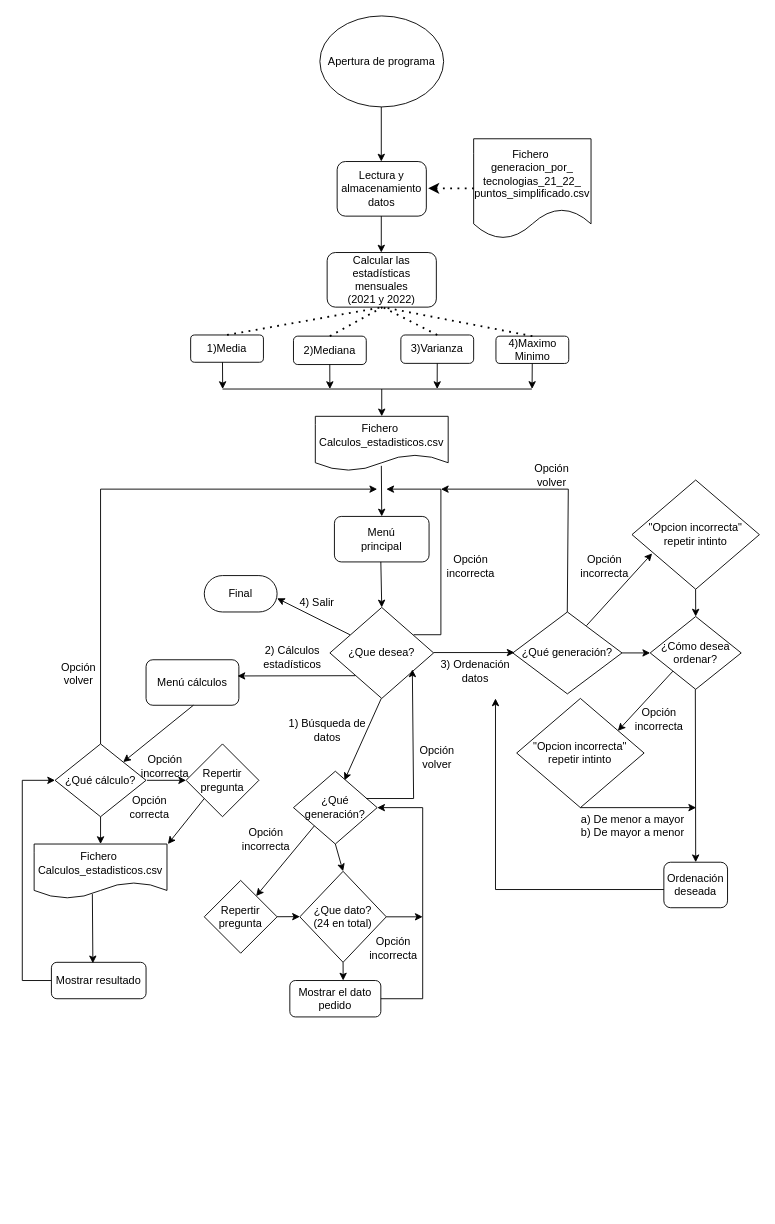
aigora/tw_E10X_2022_2023-la_resistencia keeps this draw.io diagram as Diagramas de flujo/Diagrama de flujo.drawio. Above is the earlier version. Source tidied: cells renumbered, new cells numbered last; positions are measured from the earlier drawing's top-left corner, leaving out a move shared by most shapes. Both pictures are drawn from the tidied source at 91%, with x=0, y=0 at pixel (22, 15).
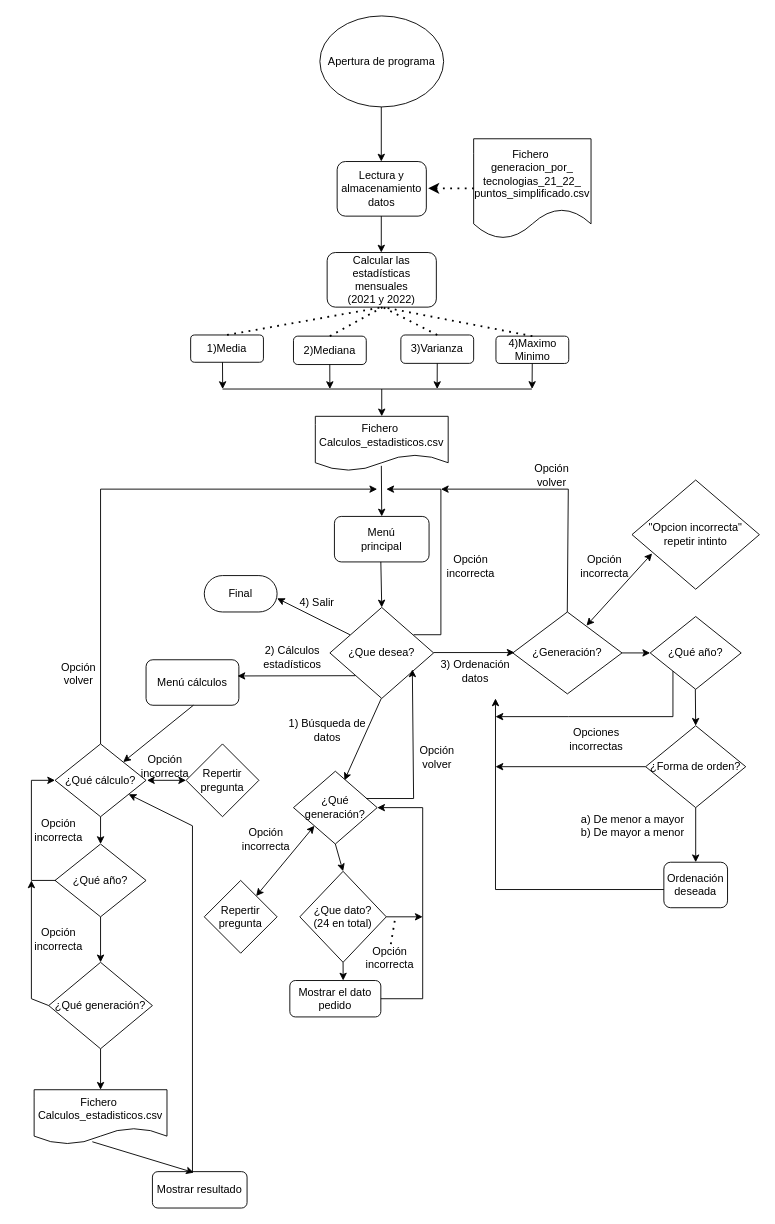
After the change.

Unchanged cells that the change refers to:
```xml
<mxCell id="13" value="Ordenación deseada" style="rounded=1;whiteSpace=wrap;html=1;" parent="1" vertex="1">
  <mxGeometry x="705" y="930" width="70" height="50" as="geometry" />
</mxCell>
<mxCell id="15" value="a) De menor a mayor&lt;br&gt;b) De mayor a menor" style="text;html=1;strokeColor=none;fillColor=none;align=center;verticalAlign=middle;whiteSpace=wrap;rounded=0;" parent="1" vertex="1">
  <mxGeometry x="600.5" y="870" width="140" height="40" as="geometry" />
</mxCell>
<mxCell id="43" value="&quot;Opcion incorrecta&quot;&lt;br&gt;repetir intinto" style="rhombus;whiteSpace=wrap;html=1;" parent="1" vertex="1">
  <mxGeometry x="670" y="510" width="140" height="120" as="geometry" />
</mxCell>
<mxCell id="54" value="¿Qué generación?" style="rhombus;whiteSpace=wrap;html=1;" parent="1" vertex="1">
  <mxGeometry x="298" y="830" width="92" height="80" as="geometry" />
</mxCell>
<mxCell id="65" value="¿Qué cálculo?" style="rhombus;whiteSpace=wrap;html=1;" parent="1" vertex="1">
  <mxGeometry x="36" y="800" width="100" height="80" as="geometry" />
</mxCell>
<mxCell id="67" value="Repertir pregunta" style="rhombus;whiteSpace=wrap;html=1;" parent="1" vertex="1">
  <mxGeometry x="180" y="800" width="80" height="80" as="geometry" />
</mxCell>
<mxCell id="85" value="Repertir pregunta" style="rhombus;whiteSpace=wrap;html=1;" parent="1" vertex="1">
  <mxGeometry x="200" y="950" width="80" height="80" as="geometry" />
</mxCell>
```

Diff of the diagram source:
```diff
@@
-    <mxCell id="12" value="¿Qué generación?" style="rhombus;whiteSpace=wrap;html=1;" parent="1" vertex="1">
+    <mxCell id="12" value="¿Generación?" style="rhombus;whiteSpace=wrap;html=1;" parent="1" vertex="1">
       <mxGeometry x="539" y="655" width="120" height="90" as="geometry" />
     </mxCell>
@@
-    <mxCell id="14" value="¿Cómo desea ordenar?" style="rhombus;whiteSpace=wrap;html=1;" parent="1" vertex="1">
+    <mxCell id="14" value="¿Qué año?" style="rhombus;whiteSpace=wrap;html=1;" parent="1" vertex="1">
       <mxGeometry x="690" y="660" width="100" height="80" as="geometry" />
     </mxCell>
@@
-    <mxCell id="39" style="endArrow=classic;html=1;rounded=0;entryX=0.5;entryY=0;entryDx=0;entryDy=0;" parent="1" edge="1" target="13">
-      <mxGeometry relative="1" as="geometry">
-        <mxPoint x="739.6" y="740" as="sourcePoint" />
-      </mxGeometry>
+    <mxCell id="39" style="endArrow=classic;html=1;rounded=0;entryX=0.5;entryY=0;entryDx=0;entryDy=0;" parent="1" edge="1" source="88" target="13">
+      <mxGeometry relative="1" as="geometry" />
     </mxCell>
@@
-    <mxCell id="45" style="endArrow=classic;html=1;rounded=0;entryX=0.158;entryY=0.672;entryDx=0;entryDy=0;entryPerimeter=0;" parent="1" edge="1" target="43">
+    <mxCell id="45" style="endArrow=classic;html=1;rounded=0;entryX=0.158;entryY=0.672;entryDx=0;entryDy=0;entryPerimeter=0;startArrow=classic;startFill=1;" parent="1" edge="1" target="43">
       <mxGeometry relative="1" as="geometry">
         <mxPoint x="620" y="670" as="sourcePoint" />
       </mxGeometry>
     </mxCell>
-    <mxCell id="46" style="endArrow=classic;html=1;rounded=0;entryX=0.5;entryY=0;entryDx=0;entryDy=0;" parent="1" edge="1" target="14">
-      <mxGeometry relative="1" as="geometry">
-        <mxPoint x="739.9" y="630" as="sourcePoint" />
-      </mxGeometry>
-    </mxCell>
-    <mxCell id="47" style="endArrow=classic;html=1;rounded=0;entryX=0.794;entryY=0.297;entryDx=0;entryDy=0;entryPerimeter=0;" parent="1" edge="1" target="48">
+    <mxCell id="47" style="endArrow=classic;html=1;rounded=0;startArrow=none;startFill=0;endFill=1;" parent="1" edge="1">
       <mxGeometry relative="1" as="geometry">
         <mxPoint x="715" y="720" as="sourcePoint" />
+        <mxPoint x="520" y="770" as="targetPoint" />
+        <Array as="points">
+          <mxPoint x="715" y="770" />
+          <mxPoint x="600" y="770" />
+        </Array>
       </mxGeometry>
     </mxCell>
-    <mxCell id="48" value="&quot;Opcion incorrecta&quot;&lt;br&gt;repetir intinto" style="rhombus;whiteSpace=wrap;html=1;" parent="1" vertex="1">
-      <mxGeometry x="543.3" y="750" width="140" height="120" as="geometry" />
-    </mxCell>
-    <mxCell id="49" style="endArrow=classic;html=1;rounded=0;entryX=1;entryY=0;entryDx=0;entryDy=0;exitX=0.5;exitY=1;exitDx=0;exitDy=0;" parent="1" edge="1" source="48" target="15">
-      <mxGeometry relative="1" as="geometry" />
-    </mxCell>
-    <mxCell id="50" value="Opción incorrecta" style="text;html=1;strokeColor=none;fillColor=none;align=center;verticalAlign=middle;whiteSpace=wrap;rounded=0;" parent="1" vertex="1">
-      <mxGeometry x="670" y="757.5" width="60" height="30" as="geometry" />
+    <mxCell id="50" value="Opciones incorrectas" style="text;html=1;strokeColor=none;fillColor=none;align=center;verticalAlign=middle;whiteSpace=wrap;rounded=0;" parent="1" vertex="1">
+      <mxGeometry x="600.5" y="780" width="60" height="30" as="geometry" />
     </mxCell>
@@
-    <mxCell id="58" style="endArrow=classic;html=1;rounded=0;entryX=0.712;entryY=0.215;entryDx=0;entryDy=0;entryPerimeter=0;exitX=0;exitY=1;exitDx=0;exitDy=0;" parent="1" edge="1" source="54" target="85">
+    <mxCell id="58" style="endArrow=classic;html=1;rounded=0;entryX=0.712;entryY=0.215;entryDx=0;entryDy=0;entryPerimeter=0;exitX=0;exitY=1;exitDx=0;exitDy=0;startArrow=classic;startFill=1;" parent="1" edge="1" source="54" target="85">
       <mxGeometry relative="1" as="geometry" />
     </mxCell>
@@
     <mxCell id="60" value="Opción incorrecta" style="text;html=1;strokeColor=none;fillColor=none;align=center;verticalAlign=middle;whiteSpace=wrap;rounded=0;" parent="1" vertex="1">
-      <mxGeometry x="378" y="1010" width="60" height="30" as="geometry" />
+      <mxGeometry x="374" y="1020" width="60" height="30" as="geometry" />
     </mxCell>
@@
-    <mxCell id="62" style="endArrow=classic;html=1;rounded=0;" parent="1" edge="1">
-      <mxGeometry relative="1" as="geometry">
-        <mxPoint x="280" y="989.9" as="sourcePoint" />
-        <mxPoint x="305.1" y="989.8" as="targetPoint" />
-      </mxGeometry>
-    </mxCell>
@@
-    <mxCell id="68" style="endArrow=classic;html=1;rounded=0;entryX=0;entryY=0.5;entryDx=0;entryDy=0;" parent="1" edge="1" target="67">
+    <mxCell id="68" style="endArrow=classic;html=1;rounded=0;entryX=0;entryY=0.5;entryDx=0;entryDy=0;startArrow=classic;startFill=1;" parent="1" edge="1" target="67">
       <mxGeometry relative="1" as="geometry">
         <mxPoint x="137" y="840" as="sourcePoint" />
       </mxGeometry>
     </mxCell>
@@
-    <mxCell id="71" value="Opción correcta" style="text;html=1;strokeColor=none;fillColor=none;align=center;verticalAlign=middle;whiteSpace=wrap;rounded=0;" parent="1" vertex="1">
-      <mxGeometry x="110" y="855" width="60" height="30" as="geometry" />
-    </mxCell>
     <mxCell id="72" value="Mostrar resultado" style="rounded=1;whiteSpace=wrap;html=1;" parent="1" vertex="1">
-      <mxGeometry x="32" y="1040" width="104" height="40" as="geometry" />
+      <mxGeometry x="143" y="1270" width="104" height="40" as="geometry" />
     </mxCell>
@@
     <mxCell id="74" value="Fichero&amp;nbsp;&lt;br&gt;Calculos_estadisticos.csv" style="shape=document;whiteSpace=wrap;html=1;boundedLbl=1;" parent="1" vertex="1">
-      <mxGeometry x="13" y="910" width="146" height="60" as="geometry" />
+      <mxGeometry x="13" y="1180" width="146" height="60" as="geometry" />
     </mxCell>
-    <mxCell id="75" style="endArrow=classic;html=1;rounded=0;entryX=0.438;entryY=0.027;entryDx=0;entryDy=0;entryPerimeter=0;" parent="1" edge="1" target="72">
-      <mxGeometry relative="1" as="geometry">
-        <mxPoint x="77" y="965" as="sourcePoint" />
-      </mxGeometry>
+    <mxCell id="75" style="endArrow=classic;html=1;rounded=0;entryX=0.438;entryY=0.027;entryDx=0;entryDy=0;entryPerimeter=0;exitX=0.438;exitY=0.953;exitDx=0;exitDy=0;exitPerimeter=0;" parent="1" edge="1" source="74" target="72">
+      <mxGeometry relative="1" as="geometry" />
     </mxCell>
-    <mxCell id="76" style="endArrow=classic;html=1;rounded=0;" parent="1" edge="1">
-      <mxGeometry relative="1" as="geometry">
-        <mxPoint x="200" y="860" as="sourcePoint" />
-        <mxPoint x="160" y="910" as="targetPoint" />
-      </mxGeometry>
-    </mxCell>
@@
-    <mxCell id="82" style="endArrow=classic;html=1;rounded=0;entryX=0;entryY=0.5;entryDx=0;entryDy=0;" parent="1" edge="1" target="65">
-      <mxGeometry relative="1" as="geometry">
-        <mxPoint x="32" y="1060" as="sourcePoint" />
-        <Array as="points">
-          <mxPoint y="1060" />
-          <mxPoint y="840" />
-        </Array>
-      </mxGeometry>
-    </mxCell>
@@
+    <mxCell id="86" style="endArrow=none;dashed=1;html=1;dashPattern=1 3;strokeWidth=2;rounded=0;" parent="1" edge="1">
+      <mxGeometry relative="1" as="geometry">
+        <mxPoint x="405" y="1020" as="sourcePoint" />
+        <mxPoint x="410" y="990" as="targetPoint" />
+      </mxGeometry>
+    </mxCell>
+    <mxCell id="87" style="endArrow=classic;html=1;rounded=0;entryX=0.5;entryY=0;entryDx=0;entryDy=0;" parent="1" edge="1" target="88">
+      <mxGeometry relative="1" as="geometry">
+        <mxPoint x="739.6" y="740" as="sourcePoint" />
+      </mxGeometry>
+    </mxCell>
+    <mxCell id="88" value="¿Forma de orden?" style="rhombus;whiteSpace=wrap;html=1;" parent="1" vertex="1">
+      <mxGeometry x="685" y="780" width="110" height="90" as="geometry" />
+    </mxCell>
+    <mxCell id="89" style="endArrow=classic;html=1;rounded=0;" parent="1" edge="1">
+      <mxGeometry relative="1" as="geometry">
+        <mxPoint x="685" y="825" as="sourcePoint" />
+        <mxPoint x="520" y="825" as="targetPoint" />
+        <Array as="points">
+          <mxPoint x="520" y="825" />
+        </Array>
+      </mxGeometry>
+    </mxCell>
+    <mxCell id="90" value="¿Qué año?" style="rhombus;whiteSpace=wrap;html=1;" parent="1" vertex="1">
+      <mxGeometry x="36" y="910" width="100" height="80" as="geometry" />
+    </mxCell>
+    <mxCell id="91" value="¿Qué generación?" style="rhombus;whiteSpace=wrap;html=1;" parent="1" vertex="1">
+      <mxGeometry x="29" y="1040" width="114" height="95" as="geometry" />
+    </mxCell>
+    <mxCell id="92" style="endArrow=classic;html=1;rounded=0;entryX=0.5;entryY=0;entryDx=0;entryDy=0;" parent="1" edge="1" target="91">
+      <mxGeometry relative="1" as="geometry">
+        <mxPoint x="86" y="990" as="sourcePoint" />
+      </mxGeometry>
+    </mxCell>
+    <mxCell id="93" style="endArrow=classic;html=1;rounded=0;entryX=0;entryY=0.5;entryDx=0;entryDy=0;" parent="1" edge="1" target="65">
+      <mxGeometry relative="1" as="geometry">
+        <mxPoint x="37" y="950" as="sourcePoint" />
+        <Array as="points">
+          <mxPoint x="10" y="950" />
+          <mxPoint x="10" y="840" />
+        </Array>
+      </mxGeometry>
+    </mxCell>
+    <mxCell id="94" style="endArrow=classic;html=1;rounded=0;exitX=0;exitY=0.5;exitDx=0;exitDy=0;" parent="1" edge="1" source="91">
+      <mxGeometry relative="1" as="geometry">
+        <mxPoint x="10" y="950" as="targetPoint" />
+        <Array as="points">
+          <mxPoint x="10" y="1080" />
+        </Array>
+      </mxGeometry>
+    </mxCell>
+    <mxCell id="95" value="Opción incorrecta" style="text;html=1;strokeColor=none;fillColor=none;align=center;verticalAlign=middle;whiteSpace=wrap;rounded=0;" parent="1" vertex="1">
+      <mxGeometry x="10" y="1000" width="60" height="30" as="geometry" />
+    </mxCell>
+    <mxCell id="96" value="Opción incorrecta" style="text;html=1;strokeColor=none;fillColor=none;align=center;verticalAlign=middle;whiteSpace=wrap;rounded=0;" parent="1" vertex="1">
+      <mxGeometry x="10" y="880" width="60" height="30" as="geometry" />
+    </mxCell>
+    <mxCell id="97" style="endArrow=classic;html=1;rounded=0;entryX=0.5;entryY=0;entryDx=0;entryDy=0;" parent="1" edge="1" target="74">
+      <mxGeometry relative="1" as="geometry">
+        <mxPoint x="86" y="1135" as="sourcePoint" />
+      </mxGeometry>
+    </mxCell>
+    <mxCell id="98" style="endArrow=classic;html=1;rounded=0;" parent="1" edge="1" target="65">
+      <mxGeometry relative="1" as="geometry">
+        <mxPoint x="187" y="1270" as="sourcePoint" />
+        <Array as="points">
+          <mxPoint x="187" y="890" />
+        </Array>
+      </mxGeometry>
+    </mxCell>
```
